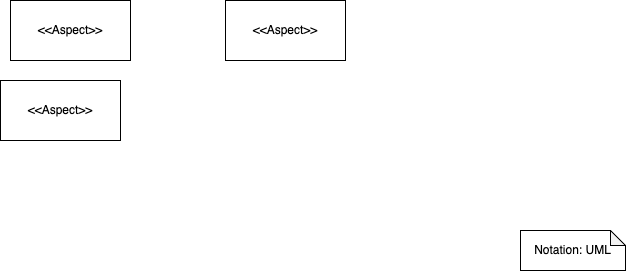
The draw.io diagram Assignment2/Untitled Diagram.drawio.png in TanHess/SoftwareArchitectureAndDesign, before a commit. Source tidied: cells renumbered, new cells last; positions are measured from the earlier drawing's top-left corner, leaving out a move shared by most shapes.
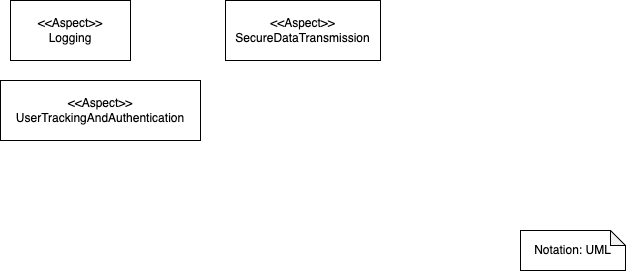
After the change.

What changed in the source:
```diff
@@ -2,17 +2,17 @@
   <root>
     <mxCell id="0" />
     <mxCell id="1" parent="0" />
-    <mxCell id="2" value="&amp;lt;&amp;lt;Aspect&amp;gt;&amp;gt;&lt;br&gt;" style="rounded=0;whiteSpace=wrap;html=1;" parent="1" vertex="1">
+    <mxCell id="2" value="&amp;lt;&amp;lt;Aspect&amp;gt;&amp;gt;&lt;br&gt;Logging" style="rounded=0;whiteSpace=wrap;html=1;" parent="1" vertex="1">
       <mxGeometry x="10" width="120" height="60" as="geometry" />
     </mxCell>
     <mxCell id="3" value="Notation: UML" style="shape=note;whiteSpace=wrap;html=1;backgroundOutline=1;darkOpacity=0.05;size=15;" parent="1" vertex="1">
       <mxGeometry x="520" y="230" width="105" height="40" as="geometry" />
     </mxCell>
-    <mxCell id="4" value="&amp;lt;&amp;lt;Aspect&amp;gt;&amp;gt;&lt;br&gt;" style="rounded=0;whiteSpace=wrap;html=1;" parent="1" vertex="1">
-      <mxGeometry y="80" width="120" height="60" as="geometry" />
+    <mxCell id="4" value="&amp;lt;&amp;lt;Aspect&amp;gt;&amp;gt;&lt;br&gt;UserTrackingAndAuthentication" style="rounded=0;whiteSpace=wrap;html=1;" parent="1" vertex="1">
+      <mxGeometry y="80" width="200" height="60" as="geometry" />
     </mxCell>
-    <mxCell id="5" value="&amp;lt;&amp;lt;Aspect&amp;gt;&amp;gt;&lt;br&gt;" style="rounded=0;whiteSpace=wrap;html=1;" parent="1" vertex="1">
-      <mxGeometry x="225" width="120" height="60" as="geometry" />
+    <mxCell id="5" value="&amp;lt;&amp;lt;Aspect&amp;gt;&amp;gt;&lt;br&gt;SecureDataTransmission" style="rounded=0;whiteSpace=wrap;html=1;" parent="1" vertex="1">
+      <mxGeometry x="225" width="155" height="60" as="geometry" />
     </mxCell>
   </root>
 </mxGraphModel>
```
